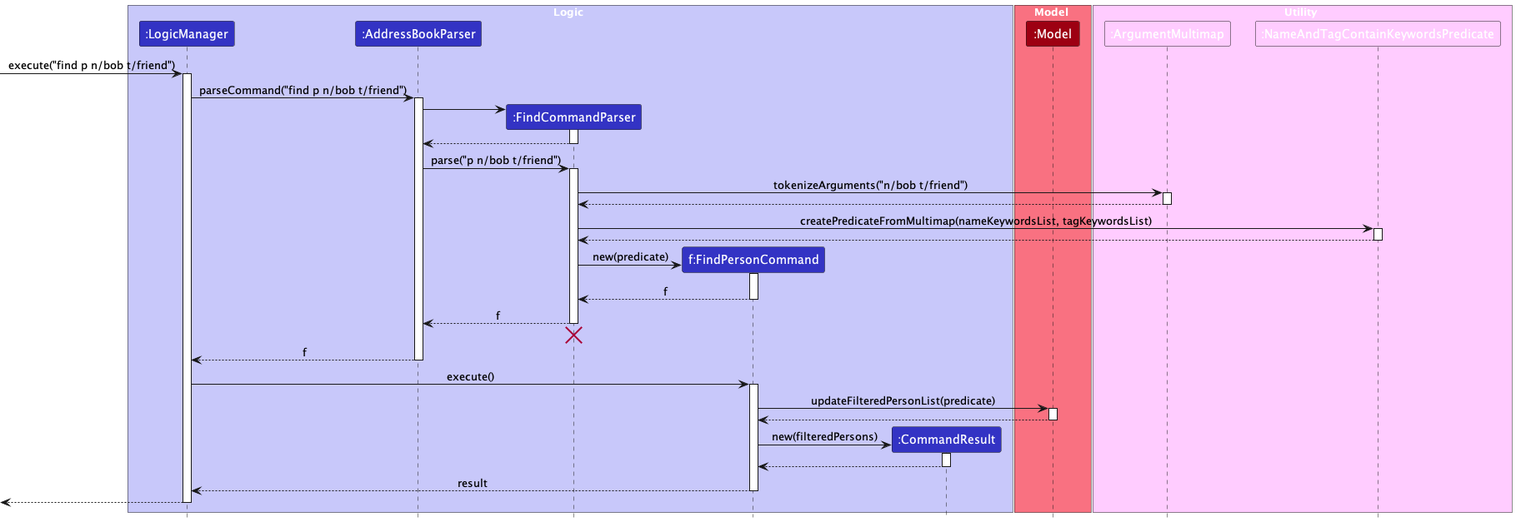
Earlier version of the PlantUML export docs/images/FindPersonSequenceDiagram.png (oeggy03/tp). The source it was exported from:
```plantuml
@startuml
!include style.puml
skinparam ArrowFontStyle plain

box Logic LOGIC_COLOR_T1
participant ":LogicManager" as LogicManager LOGIC_COLOR
participant ":AddressBookParser" as AddressBookParser LOGIC_COLOR
participant ":FindCommandParser" as FindCommandParser LOGIC_COLOR
participant "f:FindPersonCommand" as FindPersonCommand LOGIC_COLOR
participant ":CommandResult" as CommandResult LOGIC_COLOR
end box

box Model MODEL_COLOR_T1
participant ":Model" as Model MODEL_COLOR
end box

box Utility UTIL_COLOR
participant ":ArgumentMultimap" as ArgumentMultimap UTIL_COLOR
participant ":NameAndTagContainKeywordsPredicate" as Predicate UTIL_COLOR
end box

[-> LogicManager : execute("find p n/bob t/friend")
activate LogicManager

LogicManager -> AddressBookParser : parseCommand("find p n/bob t/friend")
activate AddressBookParser

create FindCommandParser
AddressBookParser -> FindCommandParser
activate FindCommandParser

FindCommandParser --> AddressBookParser
deactivate FindCommandParser

AddressBookParser -> FindCommandParser : parse("p n/bob t/friend")
activate FindCommandParser

FindCommandParser -> ArgumentMultimap : tokenizeArguments("n/bob t/friend")
activate ArgumentMultimap

ArgumentMultimap --> FindCommandParser
deactivate ArgumentMultimap

FindCommandParser -> Predicate : createPredicateFromMultimap(nameKeywordsList, tagKeywordsList)
activate Predicate

Predicate --> FindCommandParser
deactivate Predicate

create FindPersonCommand
FindCommandParser -> FindPersonCommand : new(predicate)
activate FindPersonCommand

FindPersonCommand --> FindCommandParser : f
deactivate FindPersonCommand

FindCommandParser --> AddressBookParser : f
deactivate FindCommandParser
FindCommandParser -[hidden]-> AddressBookParser
destroy FindCommandParser

AddressBookParser --> LogicManager : f
deactivate AddressBookParser

LogicManager -> FindPersonCommand : execute()
activate FindPersonCommand

FindPersonCommand -> Model : updateFilteredPersonList(predicate)
activate Model

Model --> FindPersonCommand
deactivate Model

create CommandResult
FindPersonCommand -> CommandResult : new(filteredPersons)
activate CommandResult

CommandResult --> FindPersonCommand
deactivate CommandResult

FindPersonCommand --> LogicManager : result
deactivate FindPersonCommand

[<-- LogicManager
deactivate LogicManager
@enduml
```
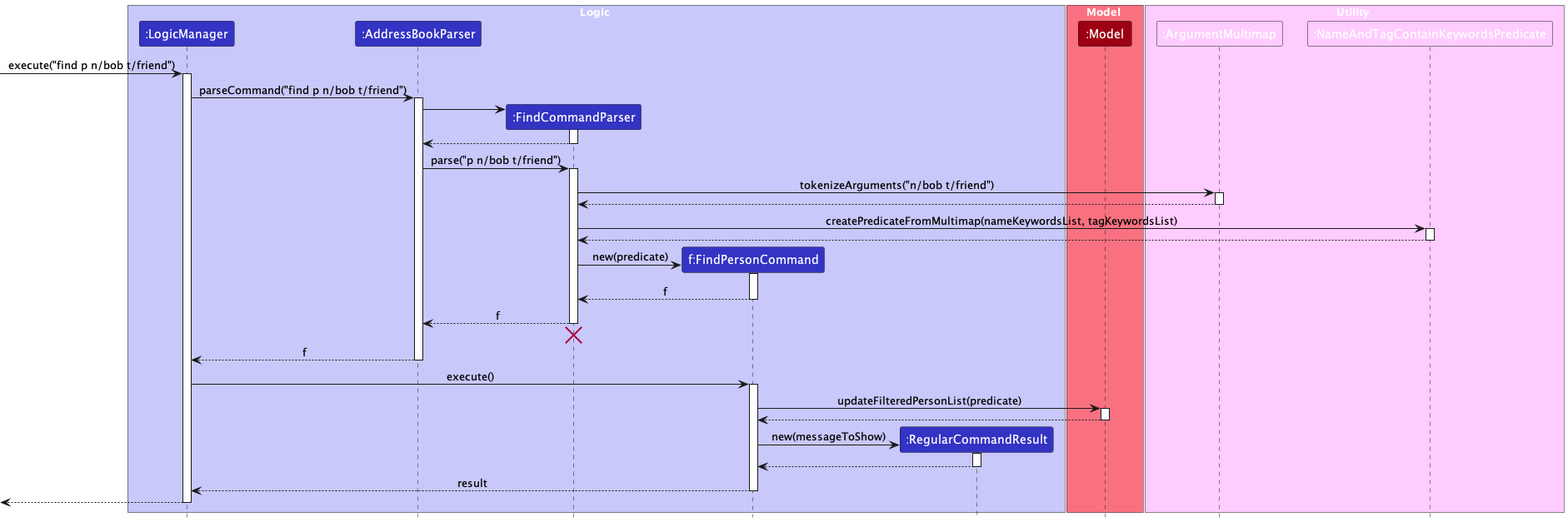
After the change.

Commit message:
Enhance DG/UG - Added Planned Enhancements - Added UML for `sort c` - Improved implementation description

The edit, as a diff of the source:
```diff
@@ -7,7 +7,7 @@
 participant ":AddressBookParser" as AddressBookParser LOGIC_COLOR
 participant ":FindCommandParser" as FindCommandParser LOGIC_COLOR
 participant "f:FindPersonCommand" as FindPersonCommand LOGIC_COLOR
-participant ":CommandResult" as CommandResult LOGIC_COLOR
+participant ":RegularCommandResult" as CommandResult LOGIC_COLOR
 end box
 
 box Model MODEL_COLOR_T1
@@ -72,7 +72,7 @@
 deactivate Model
 
 create CommandResult
-FindPersonCommand -> CommandResult : new(filteredPersons)
+FindPersonCommand -> CommandResult : new(messageToShow)
 activate CommandResult
 
 CommandResult --> FindPersonCommand
```
